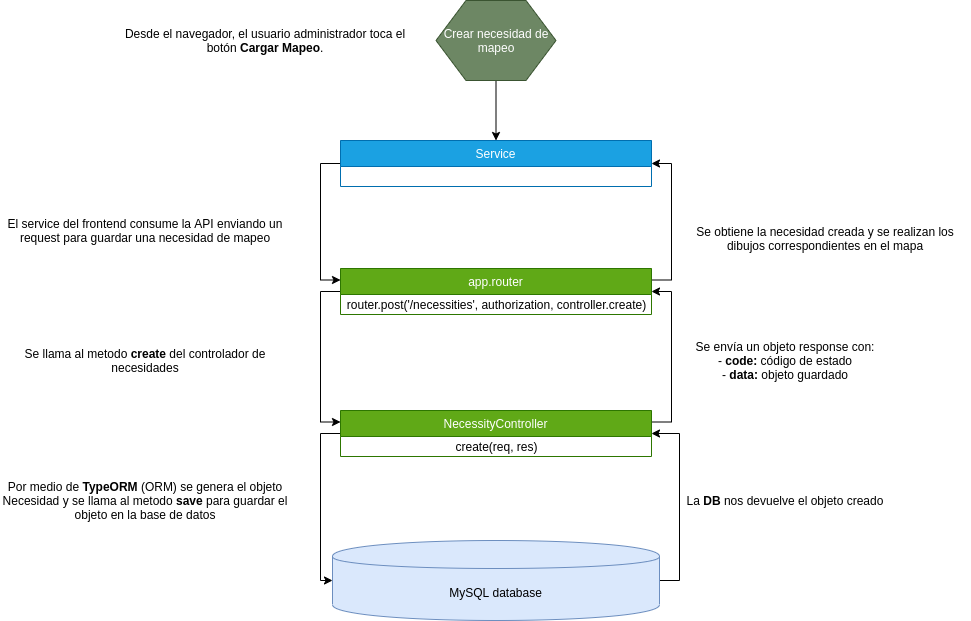
Before: assets/DiagramaArquitectura.png, a diagram exported from draw.io (TTIP-UNQ-Team10/Mapping-Platform-Documentation). Source tidied: cells renumbered, new cells last; positions are measured from the earlier drawing's top-left corner, leaving out a move shared by most shapes. Its diagram source:
```xml
<mxGraphModel>
  <root>
    <mxCell id="0" />
    <mxCell id="1" parent="0" />
    <mxCell id="2" style="edgeStyle=orthogonalEdgeStyle;rounded=0;jettySize=auto;html=1;exitX=1;exitY=0.5;exitDx=0;exitDy=0;entryX=1;entryY=0.5;entryDx=0;entryDy=0;" parent="1" edge="1" source="3" target="20">
      <mxGeometry relative="1" as="geometry" />
    </mxCell>
    <mxCell id="3" value="MySQL database" style="shape=cylinder;whiteSpace=wrap;html=1;boundedLbl=1;backgroundOutline=1;fillColor=#dae8fc;strokeColor=#6c8ebf;" parent="1" vertex="1">
      <mxGeometry x="332" y="540" width="327" height="80" as="geometry" />
    </mxCell>
    <mxCell id="4" style="edgeStyle=orthogonalEdgeStyle;rounded=0;jettySize=auto;html=1;exitX=0;exitY=0.5;exitDx=0;exitDy=0;entryX=0;entryY=0.5;entryDx=0;entryDy=0;" parent="1" edge="1" source="20" target="3">
      <mxGeometry relative="1" as="geometry" />
    </mxCell>
    <mxCell id="5" style="edgeStyle=orthogonalEdgeStyle;rounded=0;jettySize=auto;html=1;exitX=1;exitY=0.25;exitDx=0;exitDy=0;entryX=1;entryY=0.5;entryDx=0;entryDy=0;" parent="1" edge="1" source="20" target="18">
      <mxGeometry relative="1" as="geometry" />
    </mxCell>
    <mxCell id="6" style="edgeStyle=orthogonalEdgeStyle;rounded=0;jettySize=auto;html=1;exitX=0;exitY=0.5;exitDx=0;exitDy=0;entryX=0;entryY=0.25;entryDx=0;entryDy=0;" parent="1" edge="1" source="18" target="20">
      <mxGeometry relative="1" as="geometry" />
    </mxCell>
    <mxCell id="7" style="edgeStyle=orthogonalEdgeStyle;rounded=0;jettySize=auto;html=1;exitX=1;exitY=0.25;exitDx=0;exitDy=0;entryX=1;entryY=0.5;entryDx=0;entryDy=0;" parent="1" edge="1" source="18" target="22">
      <mxGeometry relative="1" as="geometry" />
    </mxCell>
    <mxCell id="8" style="edgeStyle=orthogonalEdgeStyle;rounded=0;jettySize=auto;html=1;exitX=0;exitY=0.5;exitDx=0;exitDy=0;entryX=0;entryY=0.25;entryDx=0;entryDy=0;" parent="1" edge="1" source="22" target="18">
      <mxGeometry relative="1" as="geometry" />
    </mxCell>
    <mxCell id="9" style="edgeStyle=orthogonalEdgeStyle;rounded=0;jettySize=auto;html=1;exitX=0.5;exitY=1;exitDx=0;exitDy=0;entryX=0.5;entryY=0;entryDx=0;entryDy=0;" parent="1" edge="1" source="10" target="22">
      <mxGeometry relative="1" as="geometry" />
    </mxCell>
    <mxCell id="10" value="Crear necesidad de mapeo" style="shape=hexagon;perimeter=hexagonPerimeter2;whiteSpace=wrap;html=1;fillColor=#6d8764;strokeColor=#3A5431;fontColor=#ffffff;" parent="1" vertex="1">
      <mxGeometry x="435.5" width="120" height="80" as="geometry" />
    </mxCell>
    <mxCell id="11" value="El service del frontend consume la API enviando un request para guardar una necesidad de mapeo" style="text;html=1;strokeColor=none;fillColor=none;align=center;verticalAlign=middle;whiteSpace=wrap;rounded=0;" parent="1" vertex="1">
      <mxGeometry y="200" width="290" height="60" as="geometry" />
    </mxCell>
    <mxCell id="12" value="Se llama al metodo &lt;b&gt;create&lt;/b&gt; del controlador de necesidades" style="text;html=1;strokeColor=none;fillColor=none;align=center;verticalAlign=middle;whiteSpace=wrap;rounded=0;" parent="1" vertex="1">
      <mxGeometry y="330" width="290" height="60" as="geometry" />
    </mxCell>
    <mxCell id="13" value="Por medio de &lt;b&gt;TypeORM&lt;/b&gt; (ORM) se genera el objeto Necesidad y se llama al metodo &lt;b&gt;save&lt;/b&gt; para guardar el objeto en la base de datos" style="text;html=1;strokeColor=none;fillColor=none;align=center;verticalAlign=middle;whiteSpace=wrap;rounded=0;" parent="1" vertex="1">
      <mxGeometry y="470" width="290" height="60" as="geometry" />
    </mxCell>
    <mxCell id="14" value="La &lt;b&gt;DB&lt;/b&gt; nos devuelve el objeto creado" style="text;html=1;strokeColor=none;fillColor=none;align=center;verticalAlign=middle;whiteSpace=wrap;rounded=0;" parent="1" vertex="1">
      <mxGeometry x="640" y="470" width="290" height="60" as="geometry" />
    </mxCell>
    <mxCell id="15" value="Se envía un objeto response con:&lt;br&gt;- &lt;b&gt;code:&lt;/b&gt; código de estado&lt;br&gt;- &lt;b&gt;data:&lt;/b&gt; objeto guardado" style="text;html=1;strokeColor=none;fillColor=none;align=center;verticalAlign=middle;whiteSpace=wrap;rounded=0;" parent="1" vertex="1">
      <mxGeometry x="640" y="330" width="290" height="60" as="geometry" />
    </mxCell>
    <mxCell id="16" value="Se obtiene la necesidad creada y se realizan los dibujos correspondientes en el mapa" style="text;html=1;strokeColor=none;fillColor=none;align=center;verticalAlign=middle;whiteSpace=wrap;rounded=0;" parent="1" vertex="1">
      <mxGeometry x="680" y="208" width="290" height="60" as="geometry" />
    </mxCell>
    <mxCell id="17" value="Desde el navegador, el usuario administrador toca el botón &lt;b&gt;Cargar Mapeo&lt;/b&gt;." style="text;html=1;strokeColor=none;fillColor=none;align=center;verticalAlign=middle;whiteSpace=wrap;rounded=0;" parent="1" vertex="1">
      <mxGeometry x="120" y="10" width="290" height="60" as="geometry" />
    </mxCell>
    <mxCell id="18" value="app.router" style="swimlane;fontStyle=0;horizontal=1;startSize=26;fillColor=#60a917;strokeColor=#2D7600;fontColor=#ffffff;" parent="1" vertex="1">
      <mxGeometry x="340" y="268" width="311" height="46" as="geometry" />
    </mxCell>
    <mxCell id="19" value="router.post('/necessities', authorization, controller.create)" style="text;html=1;align=center;verticalAlign=middle;" parent="18" vertex="1">
      <mxGeometry y="26" width="311" height="20" as="geometry" />
    </mxCell>
    <mxCell id="20" value="NecessityController" style="swimlane;fontStyle=0;horizontal=1;startSize=26;fillColor=#60a917;strokeColor=#2D7600;fontColor=#ffffff;" parent="1" vertex="1">
      <mxGeometry x="340" y="410" width="311" height="46" as="geometry" />
    </mxCell>
    <mxCell id="21" value="create(req, res)" style="text;html=1;align=center;verticalAlign=middle;" parent="20" vertex="1">
      <mxGeometry y="26" width="311" height="20" as="geometry" />
    </mxCell>
    <mxCell id="22" value="Service" style="swimlane;fontStyle=0;horizontal=1;startSize=26;fillColor=#1ba1e2;strokeColor=#006EAF;fontColor=#ffffff;" parent="1" vertex="1">
      <mxGeometry x="340" y="140" width="311" height="46" as="geometry" />
    </mxCell>
  </root>
</mxGraphModel>
```
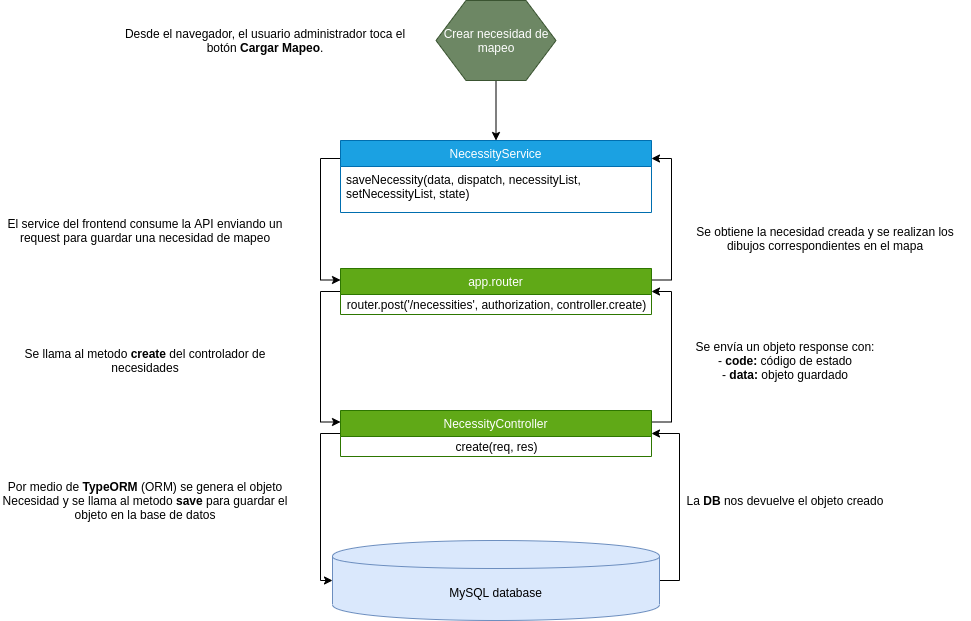
The same diagram one commit later.

Commit message:
Update architecture diagram

Change to the diagram source:
```diff
@@ -17,14 +17,16 @@
     <mxCell id="6" style="edgeStyle=orthogonalEdgeStyle;rounded=0;jettySize=auto;html=1;exitX=0;exitY=0.5;exitDx=0;exitDy=0;entryX=0;entryY=0.25;entryDx=0;entryDy=0;" parent="1" edge="1" source="18" target="20">
       <mxGeometry relative="1" as="geometry" />
     </mxCell>
-    <mxCell id="7" style="edgeStyle=orthogonalEdgeStyle;rounded=0;jettySize=auto;html=1;exitX=1;exitY=0.25;exitDx=0;exitDy=0;entryX=1;entryY=0.5;entryDx=0;entryDy=0;" parent="1" edge="1" source="18" target="22">
+    <mxCell id="7" style="edgeStyle=orthogonalEdgeStyle;rounded=0;jettySize=auto;html=1;exitX=1;exitY=0.25;exitDx=0;exitDy=0;entryX=1;entryY=0.25;entryDx=0;entryDy=0;" parent="1" edge="1" source="18" target="23">
       <mxGeometry relative="1" as="geometry" />
     </mxCell>
-    <mxCell id="8" style="edgeStyle=orthogonalEdgeStyle;rounded=0;jettySize=auto;html=1;exitX=0;exitY=0.5;exitDx=0;exitDy=0;entryX=0;entryY=0.25;entryDx=0;entryDy=0;" parent="1" edge="1" source="22" target="18">
+    <mxCell id="8" style="edgeStyle=orthogonalEdgeStyle;rounded=0;jettySize=auto;html=1;exitX=0;exitY=0.25;exitDx=0;exitDy=0;entryX=0;entryY=0.25;entryDx=0;entryDy=0;" parent="1" edge="1" source="23" target="18">
       <mxGeometry relative="1" as="geometry" />
     </mxCell>
-    <mxCell id="9" style="edgeStyle=orthogonalEdgeStyle;rounded=0;jettySize=auto;html=1;exitX=0.5;exitY=1;exitDx=0;exitDy=0;entryX=0.5;entryY=0;entryDx=0;entryDy=0;" parent="1" edge="1" source="10" target="22">
-      <mxGeometry relative="1" as="geometry" />
+    <mxCell id="9" style="edgeStyle=orthogonalEdgeStyle;rounded=0;jettySize=auto;html=1;exitX=0.5;exitY=1;exitDx=0;exitDy=0;entryX=0.5;entryY=0;entryDx=0;entryDy=0;" parent="1" edge="1" source="10">
+      <mxGeometry relative="1" as="geometry">
+        <mxPoint x="495.5" y="140" as="targetPoint" />
+      </mxGeometry>
     </mxCell>
     <mxCell id="10" value="Crear necesidad de mapeo" style="shape=hexagon;perimeter=hexagonPerimeter2;whiteSpace=wrap;html=1;fillColor=#6d8764;strokeColor=#3A5431;fontColor=#ffffff;" parent="1" vertex="1">
       <mxGeometry x="435.5" width="120" height="80" as="geometry" />
@@ -62,8 +64,11 @@
     <mxCell id="21" value="create(req, res)" style="text;html=1;align=center;verticalAlign=middle;" parent="20" vertex="1">
       <mxGeometry y="26" width="311" height="20" as="geometry" />
     </mxCell>
-    <mxCell id="22" value="Service" style="swimlane;fontStyle=0;horizontal=1;startSize=26;fillColor=#1ba1e2;strokeColor=#006EAF;fontColor=#ffffff;" parent="1" vertex="1">
-      <mxGeometry x="340" y="140" width="311" height="46" as="geometry" />
-    </mxCell>
+    <mxCell id="23" value="NecessityService" style="swimlane;fontStyle=0;horizontal=1;startSize=26;fillColor=#1ba1e2;strokeColor=#006EAF;fontColor=#ffffff;" parent="1" vertex="1">
+      <mxGeometry x="340" y="140" width="311" height="72" as="geometry" />
+    </mxCell>
+    <mxCell id="24" value="saveNecessity(data, dispatch, necessityList, setNecessityList, state)" style="text;strokeColor=none;fillColor=none;align=left;verticalAlign=top;spacingLeft=4;spacingRight=4;overflow=hidden;whiteSpace=wrap;" parent="23" vertex="1">
+      <mxGeometry y="26" width="311" height="46" as="geometry" />
+    </mxCell>
   </root>
 </mxGraphModel>
```
